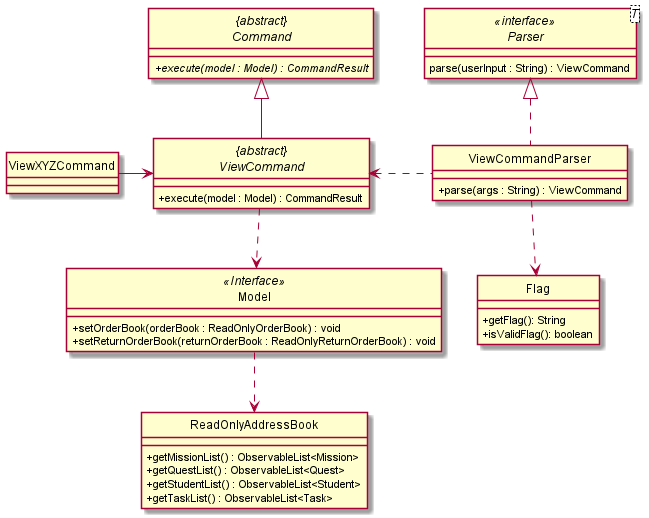
wireseo/tp keeps this PlantUML diagram as docs/images/ViewCommandClassDiagram.png. Above is the earlier version.
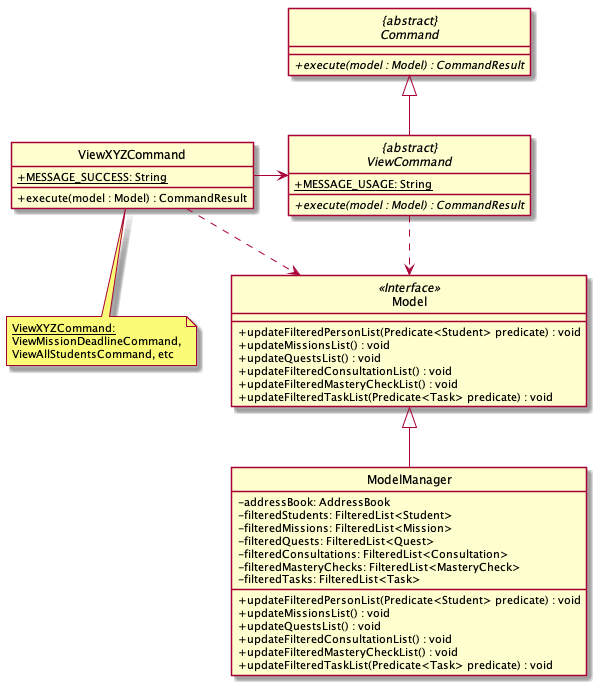
Above is the later version.

Commit message:
Update View Command of DG

What changed in the source:
```diff
@@ -8,41 +8,55 @@
 }
 
 class Model <<Interface>> {
-    + setOrderBook(orderBook : ReadOnlyOrderBook) : void
-    + setReturnOrderBook(returnOrderBook : ReadOnlyReturnOrderBook) : void
+    + updateFilteredPersonList(Predicate<Student> predicate) : void
+    + updateMissionsList() : void
+    + updateQuestsList() : void
+    + updateFilteredConsultationList() : void
+    + updateFilteredMasteryCheckList() : void
+    + updateFilteredTaskList(Predicate<Task> predicate) : void
 }
 
-Model ..> ReadOnlyAddressBook
+class ModelManager {
+    - addressBook: AddressBook
+    - filteredStudents: FilteredList<Student>
+    - filteredMissions: FilteredList<Mission>
+    - filteredQuests: FilteredList<Quest>
+    - filteredConsultations: FilteredList<Consultation>
+    - filteredMasteryChecks: FilteredList<MasteryCheck>
+    - filteredTasks: FilteredList<Task>
 
-class ReadOnlyAddressBook {
-    + getMissionList() : ObservableList<Mission>
-    + getQuestList() : ObservableList<Quest>
-    + getStudentList() : ObservableList<Student>
-    + getTaskList() : ObservableList<Task>
+    + updateFilteredPersonList(Predicate<Student> predicate) : void
+    + updateMissionsList() : void
+    + updateQuestsList() : void
+    + updateFilteredConsultationList() : void
+    + updateFilteredMasteryCheckList() : void
+    + updateFilteredTaskList(Predicate<Task> predicate) : void
 }
 
 abstract class "{abstract}\nViewCommand"{
+    + {static} MESSAGE_USAGE: String
+
+    + {abstract} execute(model : Model) : CommandResult
+}
+
+class ViewXYZCommand {
+    + {static} MESSAGE_SUCCESS: String
+
     + execute(model : Model) : CommandResult
 }
 
-class ViewCommandParser implements Parser {
-    + parse(args : String) : ViewCommand
-}
 
-interface Parser<T> <<interface>> {
-    parse(userInput : String) : ViewCommand
-}
+note as N1
+  <size: 11><u>ViewXYZCommand:</size>
+  <size: 11>ViewMissionDeadlineCommand,</size>
+  <size: 11>ViewAllStudentsCommand, etc</size>
+end note
 
-class Flag {
-    + getFlag(): String
-    + isValidFlag(): boolean
-}
+N1 .up. ViewXYZCommand
 
-class ViewXYZCommand
-
-"{abstract}\nViewCommand" <..left ViewCommandParser
 "{abstract}\nViewCommand" ..> Model
 "{abstract}\nViewCommand" --up|> "{abstract}\nCommand"
-ViewCommandParser ..> Flag
 ViewXYZCommand -> "{abstract}\nViewCommand"
+"ViewXYZCommand" ..> Model
+ModelManager --up|> Model
 @enduml
```
